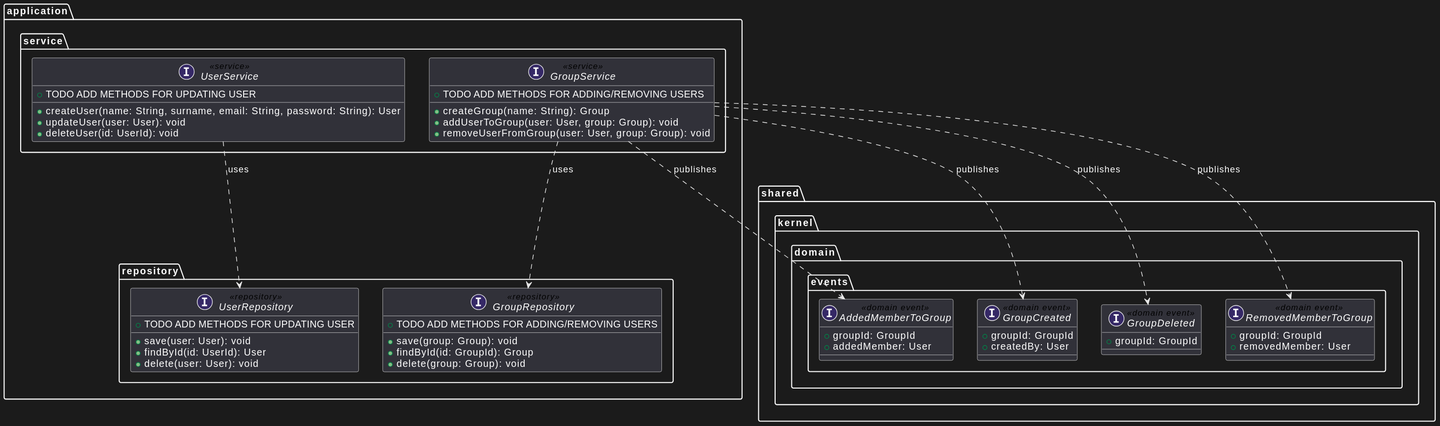
The PlantUML diagram res/user-group-service-application-dark.svg in position-pal/position-pal.github.io, before a commit.
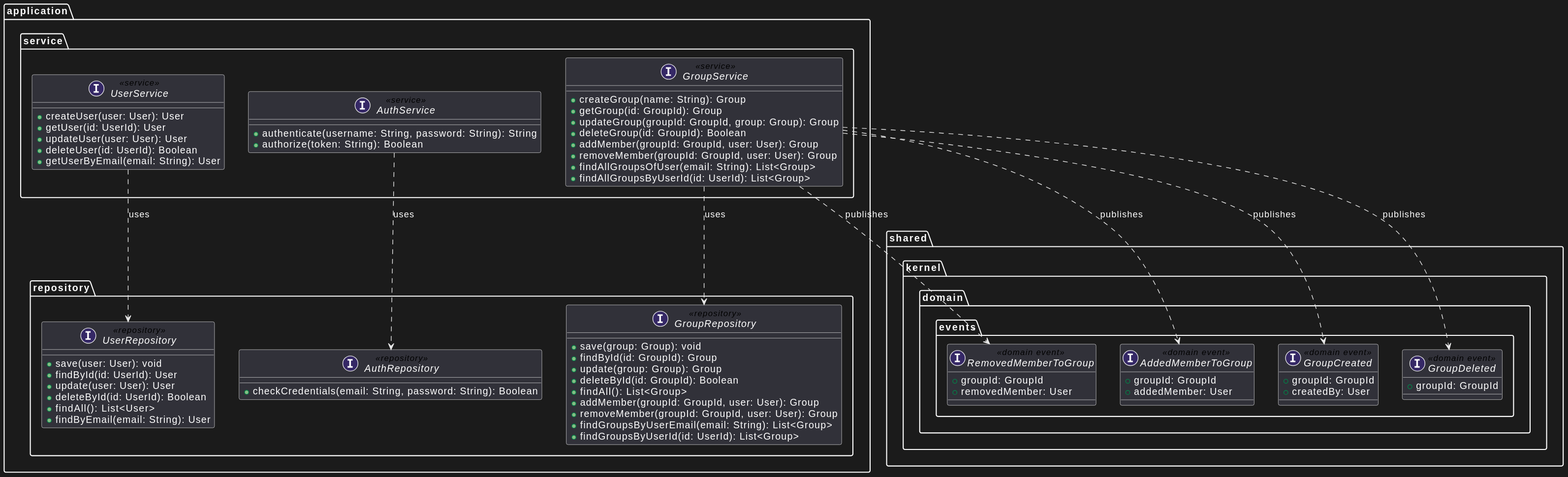
Above is the later version.

What changed in the source:
```diff
@@ -4,33 +4,48 @@
     interface UserRepository <<repository>> {
       + save(user: User): void
       + findById(id: UserId): User
-      + delete(user: User): void
-
-      + TODO ADD METHODS FOR UPDATING USER
+      + update(user: User): User
+      + deleteById(id: UserId): Boolean
+      + findAll(): List<User>
+      + findByEmail(email: String): User
     }
     interface GroupRepository <<repository>> {
       + save(group: Group): void
       + findById(id: GroupId): Group
-      + delete(group: Group): void
-
-      + TODO ADD METHODS FOR ADDING/REMOVING USERS
+      + update(group: Group): Group
+      + deleteById(id: GroupId): Boolean
+      + findAll(): List<Group>
+      + addMember(groupId: GroupId, user: User): Group
+      + removeMember(groupId: GroupId, user: User): Group
+      + findGroupsByUserEmail(email: String): List<Group>
+      + findGroupsByUserId(id: UserId): List<Group>
+    }
+    interface AuthRepository <<repository>> {
+      + checkCredentials(email: String, password: String): Boolean
     }
   }
 
   package service {
     interface UserService <<service>> {
-      + createUser(name: String, surname, email: String, password: String): User
-      + updateUser(user: User): void
-      + deleteUser(id: UserId): void
-
-      + TODO ADD METHODS FOR UPDATING USER
+      + createUser(user: User): User
+      + getUser(id: UserId): User
+      + updateUser(user: User): User
+      + deleteUser(id: UserId): Boolean
+      + getUserByEmail(email: String): User
     }
     interface GroupService <<service>> {
       + createGroup(name: String): Group
-      + addUserToGroup(user: User, group: Group): void
-      + removeUserFromGroup(user: User, group: Group): void
-
-      + TODO ADD METHODS FOR ADDING/REMOVING USERS
+      + getGroup(id: GroupId): Group
+      + updateGroup(groupId: GroupId, group: Group): Group
+      + deleteGroup(id: GroupId): Boolean
+      + addMember(groupId: GroupId, user: User): Group
+      + removeMember(groupId: GroupId, user: User): Group
+      + findAllGroupsOfUser(email: String): List<Group>
+      + findAllGroupsByUserId(id: UserId): List<Group>
+    }
+    interface AuthService <<service>> {
+      + authenticate(username: String, password: String): String
+      + authorize(token: String): Boolean
     }
   }
 }
@@ -55,6 +70,7 @@
 
   application.service.UserService ..> application.repository.UserRepository : uses
   application.service.GroupService ..> application.repository.GroupRepository : uses
+  application.service.AuthService ..> application.repository.AuthRepository : uses
   application.service.GroupService ..> shared.kernel.domain.events.GroupDeleted : publishes
   application.service.GroupService ..> shared.kernel.domain.events.GroupCreated : publishes
   application.service.GroupService ..> shared.kernel.domain.events.AddedMemberToGroup : publishes
```
